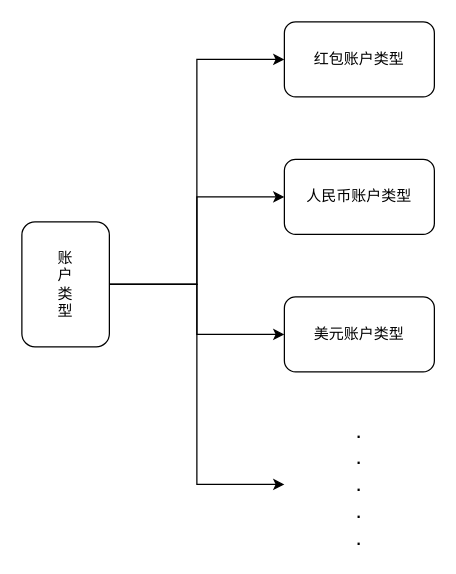
Earlier version of the draw.io diagram page "账户类型" (2 of 4) of xc-account/design/account-structure/xc-account-structure1.drawio (waterStone528/job). Source tidied: cells renumbered, new cells numbered last; positions are measured from the earlier drawing's top-left corner, leaving out a move shared by most shapes. Both pictures are drawn from the tidied source at 125%, with x=0, y=0 at pixel (21, 21).
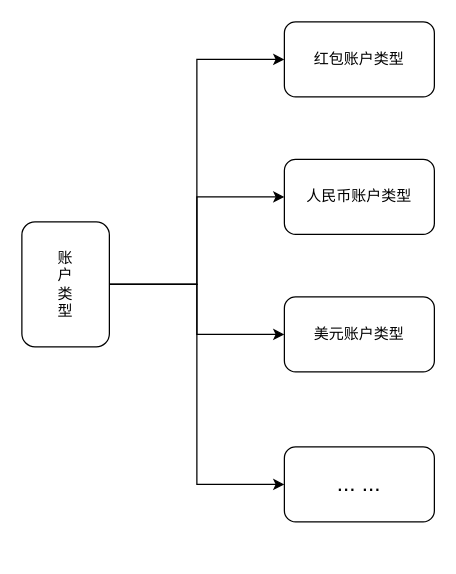
After the change.

What changed in the source:
```diff
@@
 <mxGraphModel>
   <root>
     <mxCell id="0" />
     <mxCell id="1" parent="0" />
     <mxCell id="2" value="账&lt;br&gt;户&lt;br&gt;类&lt;br&gt;型" style="rounded=1;whiteSpace=wrap;html=1;" parent="1" vertex="1">
       <mxGeometry y="160" width="70" height="100" as="geometry" />
     </mxCell>
     <mxCell id="3" value="人民币账户类型" style="rounded=1;whiteSpace=wrap;html=1;" parent="1" vertex="1">
       <mxGeometry x="210" y="110" width="120" height="60" as="geometry" />
     </mxCell>
     <mxCell id="4" value="美元账户类型" style="rounded=1;whiteSpace=wrap;html=1;" parent="1" vertex="1">
       <mxGeometry x="210" y="220" width="120" height="60" as="geometry" />
     </mxCell>
     <mxCell id="5" value="红包账户类型" style="rounded=1;whiteSpace=wrap;html=1;" parent="1" vertex="1">
       <mxGeometry x="210" width="120" height="60" as="geometry" />
     </mxCell>
-    <mxCell id="6" value="&lt;font style=&quot;font-size: 18px&quot;&gt;.&lt;br&gt;.&lt;br&gt;.&lt;br&gt;.&lt;br&gt;.&lt;/font&gt;" style="text;html=1;strokeColor=none;fillColor=none;align=center;verticalAlign=middle;whiteSpace=wrap;rounded=0;" parent="1" vertex="1">
-      <mxGeometry x="250" y="320" width="40" height="100" as="geometry" />
-    </mxCell>
     <mxCell id="7" style="endArrow=classic;html=1;exitX=1;exitY=0.5;exitDx=0;exitDy=0;edgeStyle=orthogonalEdgeStyle;rounded=0;entryX=0;entryY=0.5;entryDx=0;entryDy=0;" parent="1" edge="1" source="2" target="5">
       <mxGeometry relative="1" as="geometry" />
     </mxCell>
     <mxCell id="8" style="endArrow=classic;html=1;exitX=1;exitY=0.5;exitDx=0;exitDy=0;edgeStyle=orthogonalEdgeStyle;rounded=0;entryX=0;entryY=0.5;entryDx=0;entryDy=0;" parent="1" edge="1" source="2" target="3">
       <mxGeometry relative="1" as="geometry" />
     </mxCell>
     <mxCell id="9" style="endArrow=classic;html=1;exitX=1;exitY=0.5;exitDx=0;exitDy=0;edgeStyle=orthogonalEdgeStyle;rounded=0;entryX=0;entryY=0.5;entryDx=0;entryDy=0;" parent="1" edge="1" source="2" target="4">
       <mxGeometry relative="1" as="geometry" />
     </mxCell>
     <mxCell id="10" style="endArrow=classic;html=1;exitX=1;exitY=0.5;exitDx=0;exitDy=0;edgeStyle=orthogonalEdgeStyle;rounded=0;" parent="1" edge="1" source="2">
       <mxGeometry relative="1" as="geometry">
         <mxPoint x="210" y="370" as="targetPoint" />
         <Array as="points">
           <mxPoint x="140" y="210" />
           <mxPoint x="140" y="370" />
         </Array>
       </mxGeometry>
     </mxCell>
+    <mxCell id="11" value="&lt;font style=&quot;font-size: 18px&quot;&gt;... ...&lt;/font&gt;" style="rounded=1;whiteSpace=wrap;html=1;" parent="1" vertex="1">
+      <mxGeometry x="210" y="340" width="120" height="60" as="geometry" />
+    </mxCell>
   </root>
 </mxGraphModel>
```
